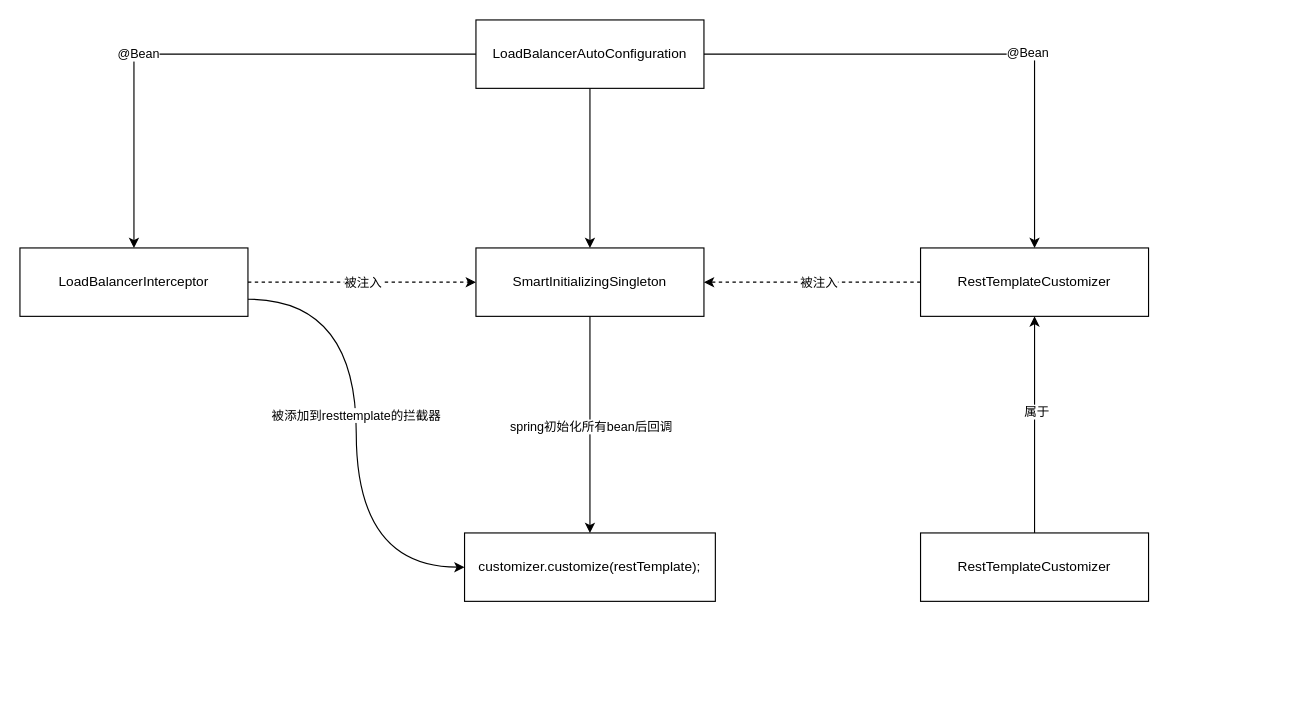
This is chapter10/Untitled Diagram.drawio from zzzj1233/fluent-python, a draw.io file, before an edit. Source tidied: cells renumbered, new cells numbered last; positions are measured from the earlier drawing's top-left corner, leaving out a move shared by most shapes. Both pictures are drawn from the tidied source at 114%, with x=0, y=0 at pixel (19, 19).
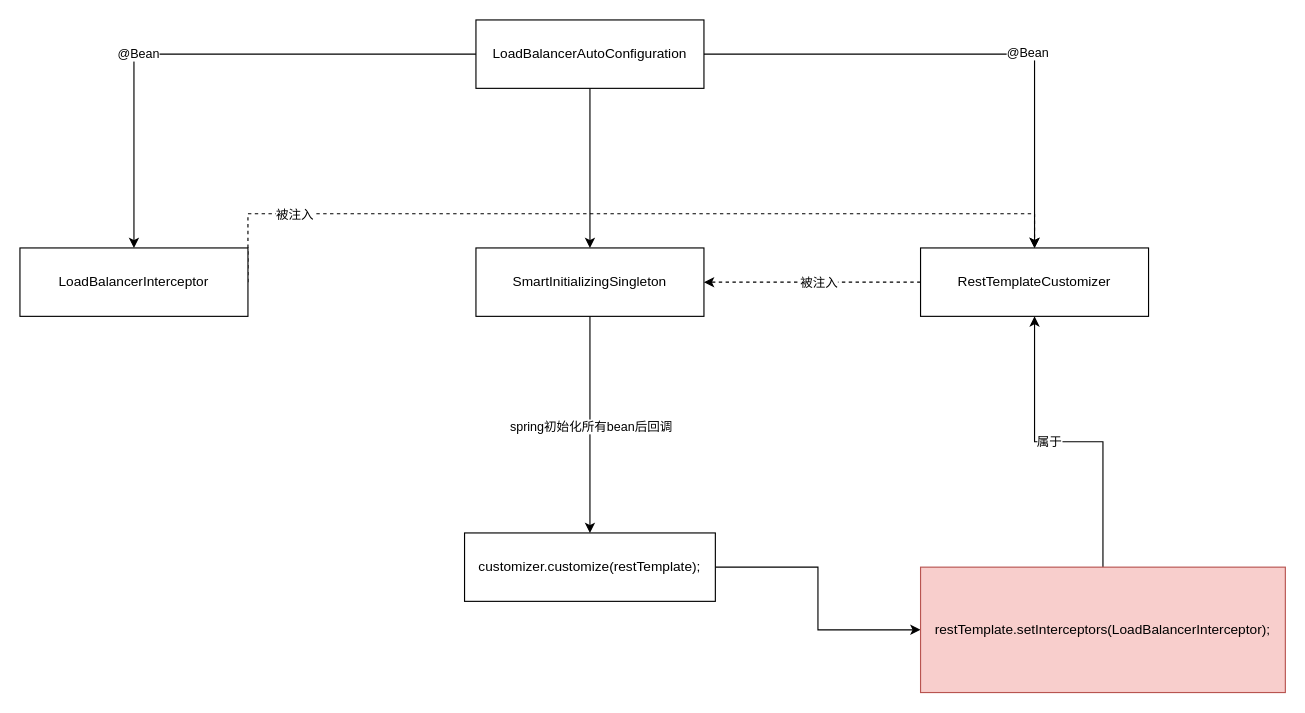
After the change.

Unchanged cells that the change refers to:
```xml
<mxCell id="11" value="LoadBalancerInterceptor" style="rounded=0;whiteSpace=wrap;" parent="1" vertex="1">
  <mxGeometry y="200" width="200" height="60" as="geometry" />
</mxCell>
<mxCell id="14" value="RestTemplateCustomizer" style="rounded=0;whiteSpace=wrap;" parent="1" vertex="1">
  <mxGeometry x="790" y="200" width="200" height="60" as="geometry" />
</mxCell>
<mxCell id="17" value="SmartInitializingSingleton" style="rounded=0;whiteSpace=wrap;" parent="1" vertex="1">
  <mxGeometry x="400" y="200" width="200" height="60" as="geometry" />
</mxCell>
<mxCell id="18" value="customizer.customize(restTemplate);" style="rounded=0;whiteSpace=wrap;" parent="1" vertex="1">
  <mxGeometry x="390" y="450" width="220" height="60" as="geometry" />
</mxCell>
```

Diff of the diagram source:
```diff
@@
-    <mxCell id="8" style="rounded=0;jettySize=auto;html=1;exitX=1;exitY=0.75;exitDx=0;exitDy=0;entryX=0;entryY=0.5;entryDx=0;entryDy=0;edgeStyle=orthogonalEdgeStyle;elbow=vertical;curved=1;" parent="1" edge="1" source="11" target="18">
-      <mxGeometry relative="1" as="geometry" />
-    </mxCell>
-    <mxCell id="9" value="被添加到resttemplate的拦截器" style="edgeLabel;html=1;align=center;verticalAlign=middle;" parent="8" vertex="1">
-      <mxGeometry x="-0.08" y="-1" relative="1" as="geometry" />
-    </mxCell>
-    <mxCell id="10" style="edgeStyle=orthogonalEdgeStyle;jettySize=auto;html=1;exitX=1;exitY=0.5;exitDx=0;exitDy=0;entryX=0;entryY=0.5;entryDx=0;entryDy=0;rounded=0;dashed=1;" parent="1" edge="1" source="11" target="17">
-      <mxGeometry relative="1" as="geometry" />
+    <mxCell id="10" style="edgeStyle=orthogonalEdgeStyle;jettySize=auto;html=1;exitX=1;exitY=0.5;exitDx=0;exitDy=0;entryX=0.5;entryY=0;entryDx=0;entryDy=0;rounded=0;dashed=1;" parent="1" edge="1" source="11" target="14">
+      <mxGeometry relative="1" as="geometry">
+        <Array as="points">
+          <mxPoint x="200" y="170" />
+          <mxPoint x="890" y="170" />
+        </Array>
+      </mxGeometry>
     </mxCell>
@@
+    <mxCell id="23" style="edgeStyle=orthogonalEdgeStyle;rounded=0;jettySize=auto;html=1;exitX=1;exitY=0.5;exitDx=0;exitDy=0;strokeColor=#000000;" parent="1" edge="1" source="18" target="22">
+      <mxGeometry relative="1" as="geometry" />
+    </mxCell>
@@
     <mxCell id="19" value="被注入" style="edgeLabel;html=1;align=center;verticalAlign=middle;" parent="1" vertex="1">
-      <mxGeometry x="300" y="230" as="geometry" />
+      <mxGeometry x="240" y="170" as="geometry" />
     </mxCell>
@@
-    <mxCell id="22" value="RestTemplateCustomizer" style="rounded=0;whiteSpace=wrap;" parent="1" vertex="1">
-      <mxGeometry x="790" y="450" width="200" height="60" as="geometry" />
+    <mxCell id="22" value="restTemplate.setInterceptors(LoadBalancerInterceptor);" style="rounded=0;whiteSpace=wrap;fillColor=#f8cecc;strokeColor=#b85450;" parent="1" vertex="1">
+      <mxGeometry x="790" y="480" width="320" height="110" as="geometry" />
     </mxCell>
```
